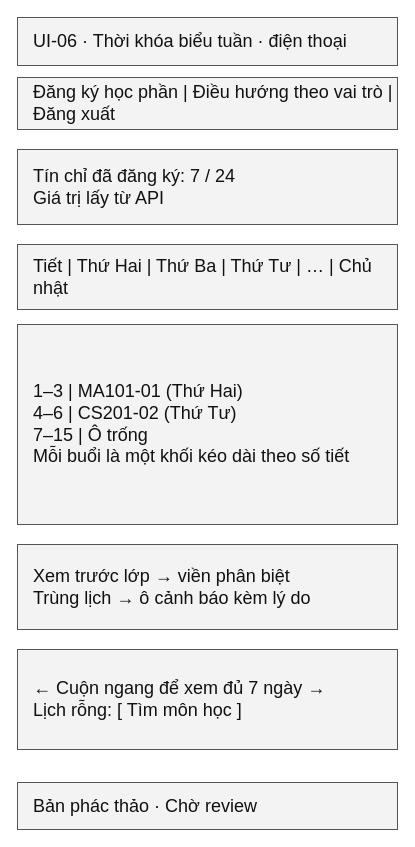
Above: page "UI-06 Thời khóa biểu tuần · điện thoại" (7 of 13) of docs/wireframes/wireframes.drawio in Devil-2502/course-registration (draw.io), before the change. Source tidied: cells renumbered, new cells numbered last; positions are measured from the earlier drawing's top-left corner, leaving out a move shared by most shapes. Both pictures are drawn from the tidied source at 100%, with x=0, y=0 at pixel (17, 17).
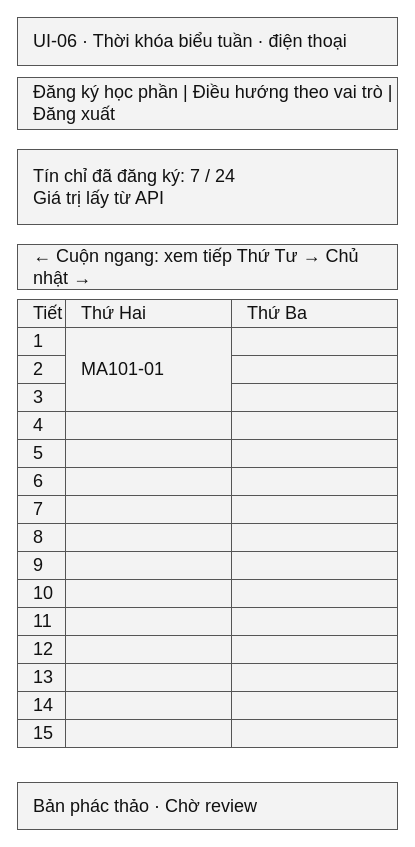
After the change.

Diff of the diagram source:
```diff
@@
-    <mxCell id="5" value="Tiết | Thứ Hai | Thứ Ba | Thứ Tư | … | Chủ nhật" style="rounded=0;whiteSpace=wrap;html=0;fillColor=#f3f3f3;strokeColor=#555555;fontColor=#111111;fontSize=18;align=left;spacingLeft=14;" parent="1" vertex="1">
-      <mxGeometry y="227" width="380" height="65" as="geometry" />
+    <mxCell id="5" value="← Cuộn ngang: xem tiếp Thứ Tư → Chủ nhật →" style="rounded=0;whiteSpace=wrap;html=0;fillColor=#f3f3f3;strokeColor=#555555;fontColor=#111111;fontSize=18;align=left;spacingLeft=14;" parent="1" vertex="1">
+      <mxGeometry y="227" width="380" height="45" as="geometry" />
     </mxCell>
-    <mxCell id="6" value="1–3 | MA101-01 (Thứ Hai)&#10;4–6 | CS201-02 (Thứ Tư)&#10;7–15 | Ô trống&#10;Mỗi buổi là một khối kéo dài theo số tiết" style="rounded=0;whiteSpace=wrap;html=0;fillColor=#f3f3f3;strokeColor=#555555;fontColor=#111111;fontSize=18;align=left;spacingLeft=14;" parent="1" vertex="1">
-      <mxGeometry y="307" width="380" height="200" as="geometry" />
+    <mxCell id="6" value="Tiết" style="rounded=0;whiteSpace=wrap;html=0;fillColor=#f3f3f3;strokeColor=#555555;fontColor=#111111;fontSize=18;align=left;spacingLeft=14;" parent="1" vertex="1">
+      <mxGeometry y="282" width="48" height="28" as="geometry" />
     </mxCell>
-    <mxCell id="7" value="Xem trước lớp → viền phân biệt&#10;Trùng lịch → ô cảnh báo kèm lý do" style="rounded=0;whiteSpace=wrap;html=0;fillColor=#f3f3f3;strokeColor=#555555;fontColor=#111111;fontSize=18;align=left;spacingLeft=14;" parent="1" vertex="1">
-      <mxGeometry y="527" width="380" height="85" as="geometry" />
+    <mxCell id="7" value="Thứ Hai" style="rounded=0;whiteSpace=wrap;html=0;fillColor=#f3f3f3;strokeColor=#555555;fontColor=#111111;fontSize=18;align=left;spacingLeft=14;" parent="1" vertex="1">
+      <mxGeometry x="48" y="282" width="166" height="28" as="geometry" />
     </mxCell>
-    <mxCell id="8" value="← Cuộn ngang để xem đủ 7 ngày →&#10;Lịch rỗng: [ Tìm môn học ]" style="rounded=0;whiteSpace=wrap;html=0;fillColor=#f3f3f3;strokeColor=#555555;fontColor=#111111;fontSize=18;align=left;spacingLeft=14;" parent="1" vertex="1">
-      <mxGeometry y="632" width="380" height="100" as="geometry" />
+    <mxCell id="8" value="MA101-01" style="rounded=0;whiteSpace=wrap;html=0;fillColor=#f3f3f3;strokeColor=#555555;fontColor=#111111;fontSize=18;align=left;spacingLeft=14;" parent="1" vertex="1">
+      <mxGeometry x="48" y="310" width="166" height="84" as="geometry" />
     </mxCell>
-    <mxCell id="9" value="Bản phác thảo · Chờ review" style="rounded=0;whiteSpace=wrap;html=0;fillColor=#f3f3f3;strokeColor=#555555;fontColor=#111111;fontSize=18;align=left;spacingLeft=14;" parent="1" vertex="1">
-      <mxGeometry y="765" width="380" height="47" as="geometry" />
+    <mxCell id="9" style="rounded=0;whiteSpace=wrap;html=0;fillColor=#f3f3f3;strokeColor=#555555;fontColor=#111111;fontSize=18;align=left;spacingLeft=14;" parent="1" vertex="1">
+      <mxGeometry x="48" y="394" width="166" height="28" as="geometry" />
     </mxCell>
+    <mxCell id="10" style="rounded=0;whiteSpace=wrap;html=0;fillColor=#f3f3f3;strokeColor=#555555;fontColor=#111111;fontSize=18;align=left;spacingLeft=14;" parent="1" vertex="1">
+      <mxGeometry x="48" y="422" width="166" height="28" as="geometry" />
+    </mxCell>
+    <mxCell id="11" style="rounded=0;whiteSpace=wrap;html=0;fillColor=#f3f3f3;strokeColor=#555555;fontColor=#111111;fontSize=18;align=left;spacingLeft=14;" parent="1" vertex="1">
+      <mxGeometry x="48" y="450" width="166" height="28" as="geometry" />
+    </mxCell>
+    <mxCell id="12" style="rounded=0;whiteSpace=wrap;html=0;fillColor=#f3f3f3;strokeColor=#555555;fontColor=#111111;fontSize=18;align=left;spacingLeft=14;" parent="1" vertex="1">
+      <mxGeometry x="48" y="478" width="166" height="28" as="geometry" />
+    </mxCell>
+    <mxCell id="13" style="rounded=0;whiteSpace=wrap;html=0;fillColor=#f3f3f3;strokeColor=#555555;fontColor=#111111;fontSize=18;align=left;spacingLeft=14;" parent="1" vertex="1">
+      <mxGeometry x="48" y="506" width="166" height="28" as="geometry" />
+    </mxCell>
+    <mxCell id="14" style="rounded=0;whiteSpace=wrap;html=0;fillColor=#f3f3f3;strokeColor=#555555;fontColor=#111111;fontSize=18;align=left;spacingLeft=14;" parent="1" vertex="1">
+      <mxGeometry x="48" y="534" width="166" height="28" as="geometry" />
+    </mxCell>
+    <mxCell id="15" style="rounded=0;whiteSpace=wrap;html=0;fillColor=#f3f3f3;strokeColor=#555555;fontColor=#111111;fontSize=18;align=left;spacingLeft=14;" parent="1" vertex="1">
+      <mxGeometry x="48" y="562" width="166" height="28" as="geometry" />
+    </mxCell>
+    <mxCell id="16" style="rounded=0;whiteSpace=wrap;html=0;fillColor=#f3f3f3;strokeColor=#555555;fontColor=#111111;fontSize=18;align=left;spacingLeft=14;" parent="1" vertex="1">
+      <mxGeometry x="48" y="590" width="166" height="28" as="geometry" />
+    </mxCell>
+    <mxCell id="17" style="rounded=0;whiteSpace=wrap;html=0;fillColor=#f3f3f3;strokeColor=#555555;fontColor=#111111;fontSize=18;align=left;spacingLeft=14;" parent="1" vertex="1">
+      <mxGeometry x="48" y="618" width="166" height="28" as="geometry" />
+    </mxCell>
+    <mxCell id="18" style="rounded=0;whiteSpace=wrap;html=0;fillColor=#f3f3f3;strokeColor=#555555;fontColor=#111111;fontSize=18;align=left;spacingLeft=14;" parent="1" vertex="1">
+      <mxGeometry x="48" y="646" width="166" height="28" as="geometry" />
+    </mxCell>
+    <mxCell id="19" style="rounded=0;whiteSpace=wrap;html=0;fillColor=#f3f3f3;strokeColor=#555555;fontColor=#111111;fontSize=18;align=left;spacingLeft=14;" parent="1" vertex="1">
+      <mxGeometry x="48" y="674" width="166" height="28" as="geometry" />
+    </mxCell>
+    <mxCell id="20" style="rounded=0;whiteSpace=wrap;html=0;fillColor=#f3f3f3;strokeColor=#555555;fontColor=#111111;fontSize=18;align=left;spacingLeft=14;" parent="1" vertex="1">
+      <mxGeometry x="48" y="702" width="166" height="28" as="geometry" />
+    </mxCell>
+    <mxCell id="21" value="Thứ Ba" style="rounded=0;whiteSpace=wrap;html=0;fillColor=#f3f3f3;strokeColor=#555555;fontColor=#111111;fontSize=18;align=left;spacingLeft=14;" parent="1" vertex="1">
+      <mxGeometry x="214" y="282" width="166" height="28" as="geometry" />
+    </mxCell>
+    <mxCell id="22" style="rounded=0;whiteSpace=wrap;html=0;fillColor=#f3f3f3;strokeColor=#555555;fontColor=#111111;fontSize=18;align=left;spacingLeft=14;" parent="1" vertex="1">
+      <mxGeometry x="214" y="310" width="166" height="28" as="geometry" />
+    </mxCell>
+    <mxCell id="23" style="rounded=0;whiteSpace=wrap;html=0;fillColor=#f3f3f3;strokeColor=#555555;fontColor=#111111;fontSize=18;align=left;spacingLeft=14;" parent="1" vertex="1">
+      <mxGeometry x="214" y="338" width="166" height="28" as="geometry" />
+    </mxCell>
+    <mxCell id="24" style="rounded=0;whiteSpace=wrap;html=0;fillColor=#f3f3f3;strokeColor=#555555;fontColor=#111111;fontSize=18;align=left;spacingLeft=14;" parent="1" vertex="1">
+      <mxGeometry x="214" y="366" width="166" height="28" as="geometry" />
+    </mxCell>
+    <mxCell id="25" style="rounded=0;whiteSpace=wrap;html=0;fillColor=#f3f3f3;strokeColor=#555555;fontColor=#111111;fontSize=18;align=left;spacingLeft=14;" parent="1" vertex="1">
+      <mxGeometry x="214" y="394" width="166" height="28" as="geometry" />
+    </mxCell>
+    <mxCell id="26" style="rounded=0;whiteSpace=wrap;html=0;fillColor=#f3f3f3;strokeColor=#555555;fontColor=#111111;fontSize=18;align=left;spacingLeft=14;" parent="1" vertex="1">
+      <mxGeometry x="214" y="422" width="166" height="28" as="geometry" />
+    </mxCell>
+    <mxCell id="27" style="rounded=0;whiteSpace=wrap;html=0;fillColor=#f3f3f3;strokeColor=#555555;fontColor=#111111;fontSize=18;align=left;spacingLeft=14;" parent="1" vertex="1">
+      <mxGeometry x="214" y="450" width="166" height="28" as="geometry" />
+    </mxCell>
+    <mxCell id="28" style="rounded=0;whiteSpace=wrap;html=0;fillColor=#f3f3f3;strokeColor=#555555;fontColor=#111111;fontSize=18;align=left;spacingLeft=14;" parent="1" vertex="1">
+      <mxGeometry x="214" y="478" width="166" height="28" as="geometry" />
+    </mxCell>
+    <mxCell id="29" style="rounded=0;whiteSpace=wrap;html=0;fillColor=#f3f3f3;strokeColor=#555555;fontColor=#111111;fontSize=18;align=left;spacingLeft=14;" parent="1" vertex="1">
+      <mxGeometry x="214" y="506" width="166" height="28" as="geometry" />
+    </mxCell>
+    <mxCell id="30" style="rounded=0;whiteSpace=wrap;html=0;fillColor=#f3f3f3;strokeColor=#555555;fontColor=#111111;fontSize=18;align=left;spacingLeft=14;" parent="1" vertex="1">
+      <mxGeometry x="214" y="534" width="166" height="28" as="geometry" />
+    </mxCell>
+    <mxCell id="31" style="rounded=0;whiteSpace=wrap;html=0;fillColor=#f3f3f3;strokeColor=#555555;fontColor=#111111;fontSize=18;align=left;spacingLeft=14;" parent="1" vertex="1">
+      <mxGeometry x="214" y="562" width="166" height="28" as="geometry" />
+    </mxCell>
+    <mxCell id="32" style="rounded=0;whiteSpace=wrap;html=0;fillColor=#f3f3f3;strokeColor=#555555;fontColor=#111111;fontSize=18;align=left;spacingLeft=14;" parent="1" vertex="1">
+      <mxGeometry x="214" y="590" width="166" height="28" as="geometry" />
+    </mxCell>
+    <mxCell id="33" style="rounded=0;whiteSpace=wrap;html=0;fillColor=#f3f3f3;strokeColor=#555555;fontColor=#111111;fontSize=18;align=left;spacingLeft=14;" parent="1" vertex="1">
+      <mxGeometry x="214" y="618" width="166" height="28" as="geometry" />
+    </mxCell>
+    <mxCell id="34" style="rounded=0;whiteSpace=wrap;html=0;fillColor=#f3f3f3;strokeColor=#555555;fontColor=#111111;fontSize=18;align=left;spacingLeft=14;" parent="1" vertex="1">
+      <mxGeometry x="214" y="646" width="166" height="28" as="geometry" />
+    </mxCell>
+    <mxCell id="35" style="rounded=0;whiteSpace=wrap;html=0;fillColor=#f3f3f3;strokeColor=#555555;fontColor=#111111;fontSize=18;align=left;spacingLeft=14;" parent="1" vertex="1">
+      <mxGeometry x="214" y="674" width="166" height="28" as="geometry" />
+    </mxCell>
+    <mxCell id="36" style="rounded=0;whiteSpace=wrap;html=0;fillColor=#f3f3f3;strokeColor=#555555;fontColor=#111111;fontSize=18;align=left;spacingLeft=14;" parent="1" vertex="1">
+      <mxGeometry x="214" y="702" width="166" height="28" as="geometry" />
+    </mxCell>
+    <mxCell id="37" value="1" style="rounded=0;whiteSpace=wrap;html=0;fillColor=#f3f3f3;strokeColor=#555555;fontColor=#111111;fontSize=18;align=left;spacingLeft=14;" parent="1" vertex="1">
+      <mxGeometry y="310" width="48" height="28" as="geometry" />
+    </mxCell>
+    <mxCell id="38" value="2" style="rounded=0;whiteSpace=wrap;html=0;fillColor=#f3f3f3;strokeColor=#555555;fontColor=#111111;fontSize=18;align=left;spacingLeft=14;" parent="1" vertex="1">
+      <mxGeometry y="338" width="48" height="28" as="geometry" />
+    </mxCell>
+    <mxCell id="39" value="3" style="rounded=0;whiteSpace=wrap;html=0;fillColor=#f3f3f3;strokeColor=#555555;fontColor=#111111;fontSize=18;align=left;spacingLeft=14;" parent="1" vertex="1">
+      <mxGeometry y="366" width="48" height="28" as="geometry" />
+    </mxCell>
+    <mxCell id="40" value="4" style="rounded=0;whiteSpace=wrap;html=0;fillColor=#f3f3f3;strokeColor=#555555;fontColor=#111111;fontSize=18;align=left;spacingLeft=14;" parent="1" vertex="1">
+      <mxGeometry y="394" width="48" height="28" as="geometry" />
+    </mxCell>
+    <mxCell id="41" value="5" style="rounded=0;whiteSpace=wrap;html=0;fillColor=#f3f3f3;strokeColor=#555555;fontColor=#111111;fontSize=18;align=left;spacingLeft=14;" parent="1" vertex="1">
+      <mxGeometry y="422" width="48" height="28" as="geometry" />
+    </mxCell>
+    <mxCell id="42" value="6" style="rounded=0;whiteSpace=wrap;html=0;fillColor=#f3f3f3;strokeColor=#555555;fontColor=#111111;fontSize=18;align=left;spacingLeft=14;" parent="1" vertex="1">
+      <mxGeometry y="450" width="48" height="28" as="geometry" />
+    </mxCell>
+    <mxCell id="43" value="7" style="rounded=0;whiteSpace=wrap;html=0;fillColor=#f3f3f3;strokeColor=#555555;fontColor=#111111;fontSize=18;align=left;spacingLeft=14;" parent="1" vertex="1">
+      <mxGeometry y="478" width="48" height="28" as="geometry" />
+    </mxCell>
+    <mxCell id="44" value="8" style="rounded=0;whiteSpace=wrap;html=0;fillColor=#f3f3f3;strokeColor=#555555;fontColor=#111111;fontSize=18;align=left;spacingLeft=14;" parent="1" vertex="1">
+      <mxGeometry y="506" width="48" height="28" as="geometry" />
+    </mxCell>
+    <mxCell id="45" value="9" style="rounded=0;whiteSpace=wrap;html=0;fillColor=#f3f3f3;strokeColor=#555555;fontColor=#111111;fontSize=18;align=left;spacingLeft=14;" parent="1" vertex="1">
+      <mxGeometry y="534" width="48" height="28" as="geometry" />
+    </mxCell>
+    <mxCell id="46" value="10" style="rounded=0;whiteSpace=wrap;html=0;fillColor=#f3f3f3;strokeColor=#555555;fontColor=#111111;fontSize=18;align=left;spacingLeft=14;" parent="1" vertex="1">
+      <mxGeometry y="562" width="48" height="28" as="geometry" />
+    </mxCell>
+    <mxCell id="47" value="11" style="rounded=0;whiteSpace=wrap;html=0;fillColor=#f3f3f3;strokeColor=#555555;fontColor=#111111;fontSize=18;align=left;spacingLeft=14;" parent="1" vertex="1">
+      <mxGeometry y="590" width="48" height="28" as="geometry" />
+    </mxCell>
+    <mxCell id="48" value="12" style="rounded=0;whiteSpace=wrap;html=0;fillColor=#f3f3f3;strokeColor=#555555;fontColor=#111111;fontSize=18;align=left;spacingLeft=14;" parent="1" vertex="1">
+      <mxGeometry y="618" width="48" height="28" as="geometry" />
+    </mxCell>
+    <mxCell id="49" value="13" style="rounded=0;whiteSpace=wrap;html=0;fillColor=#f3f3f3;strokeColor=#555555;fontColor=#111111;fontSize=18;align=left;spacingLeft=14;" parent="1" vertex="1">
+      <mxGeometry y="646" width="48" height="28" as="geometry" />
+    </mxCell>
+    <mxCell id="50" value="14" style="rounded=0;whiteSpace=wrap;html=0;fillColor=#f3f3f3;strokeColor=#555555;fontColor=#111111;fontSize=18;align=left;spacingLeft=14;" parent="1" vertex="1">
+      <mxGeometry y="674" width="48" height="28" as="geometry" />
+    </mxCell>
+    <mxCell id="51" value="15" style="rounded=0;whiteSpace=wrap;html=0;fillColor=#f3f3f3;strokeColor=#555555;fontColor=#111111;fontSize=18;align=left;spacingLeft=14;" parent="1" vertex="1">
+      <mxGeometry y="702" width="48" height="28" as="geometry" />
+    </mxCell>
+    <mxCell id="52" value="Bản phác thảo · Chờ review" style="rounded=0;whiteSpace=wrap;html=0;fillColor=#f3f3f3;strokeColor=#555555;fontColor=#111111;fontSize=18;align=left;spacingLeft=14;" parent="1" vertex="1">
+      <mxGeometry y="765" width="380" height="47" as="geometry" />
+    </mxCell>
```
